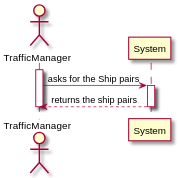
Earlier version of the PlantUML export Docs/Sprint A/US107/US107_SD.svg (MarianaCLages/LAPR3).
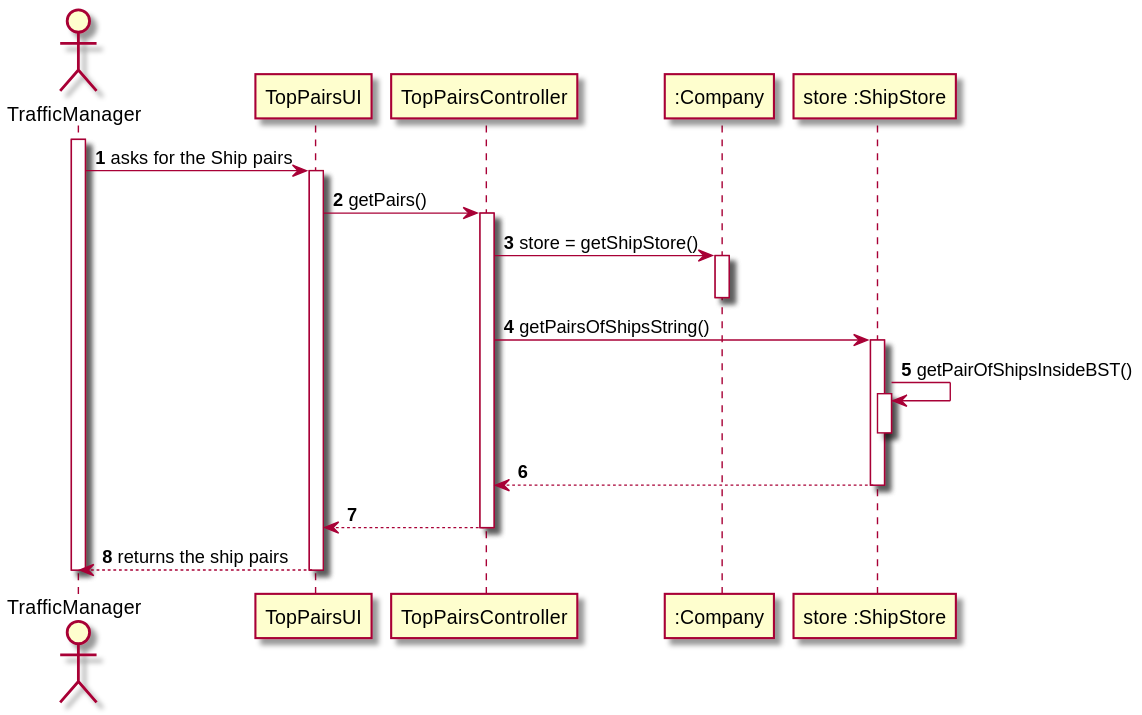
The same diagram one commit later.

Commit message:
LAPR22G96-69 #comment changes in SD

Change to the diagram source:
```diff
@@ -1,12 +1,31 @@
 @startuml
+
+autonumber
+
 actor TrafficManager
-participant System
+participant TopPairsUI as UI
+participant TopPairsController as Controller
+participant ":Company" as Company
+participant "store :ShipStore" as Store
 
 activate TrafficManager
-TrafficManager -> System: asks for the Ship pairs
-activate System
-System --> TrafficManager: returns the ship pairs
-deactivate System
+TrafficManager -> UI: asks for the Ship pairs
+activate UI
+UI -> Controller: getPairs()
+activate Controller
+Controller -> Company: store = getShipStore()
+activate Company
+deactivate
+Controller -> Store: getPairsOfShipsString()
+activate Store
+Store -> Store: getPairOfShipsInsideBST()
+activate Store
+deactivate Store
+return
+return
+
+UI --> TrafficManager: returns the ship pairs
+deactivate UI
 
 
 
```
